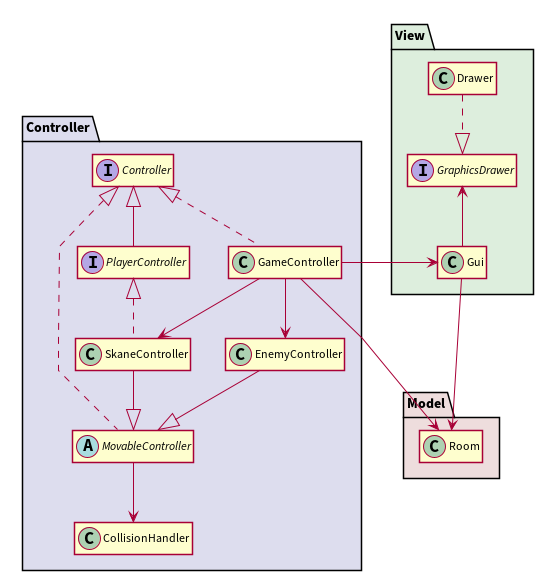
Above: docs/uml/mvc.png in JoaoCostaIFG/LPOO (PlantUML), before the change.
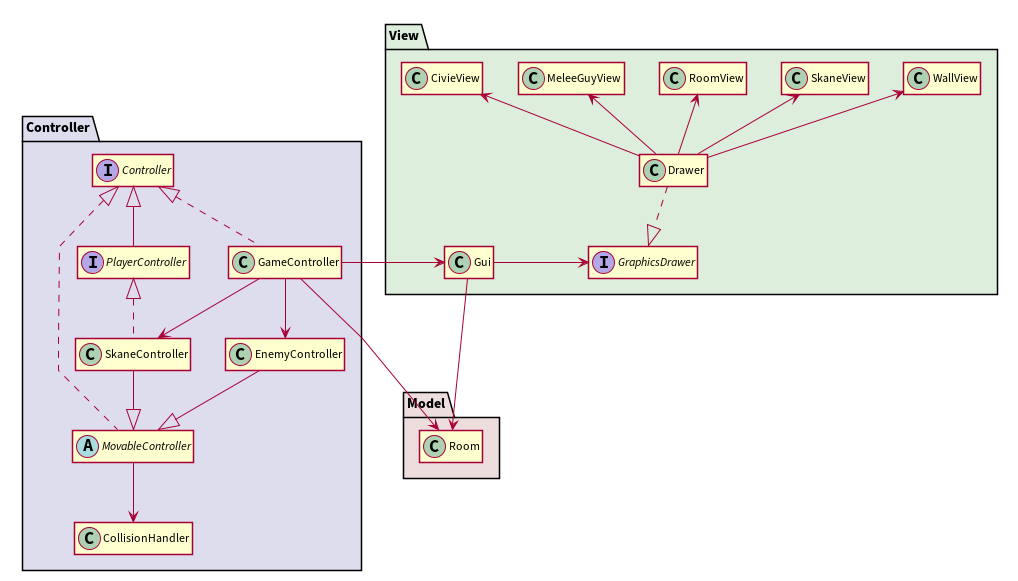
Later version of the same file.

Diff of the diagram source:
```diff
@@ -10,6 +10,11 @@
 
 package "View" #DDEEDD {
   interface GraphicsDrawer {}
+  class CivieView {}
+  class MeleeGuyView {}
+  class RoomView {}
+  class SkaneView {}
+  class WallView {}
   class Drawer {}
   class Gui {}
 }
@@ -35,11 +40,16 @@
 SkaneController --^ MovableController
 SkaneController .up.^ PlayerController
 
+Drawer -up-> CivieView
+Drawer -up-> MeleeGuyView
+Drawer -up-> RoomView
+Drawer -up-> SkaneView
+Drawer -up-> WallView
 Drawer .down.^ GraphicsDrawer
-Gui -up-> GraphicsDrawer
+Gui -right-> GraphicsDrawer
 Gui -down-> Room
 
 GameController ---> Room
-GameController --left-> Gui
+GameController --right-> Gui
 
 @enduml
```
